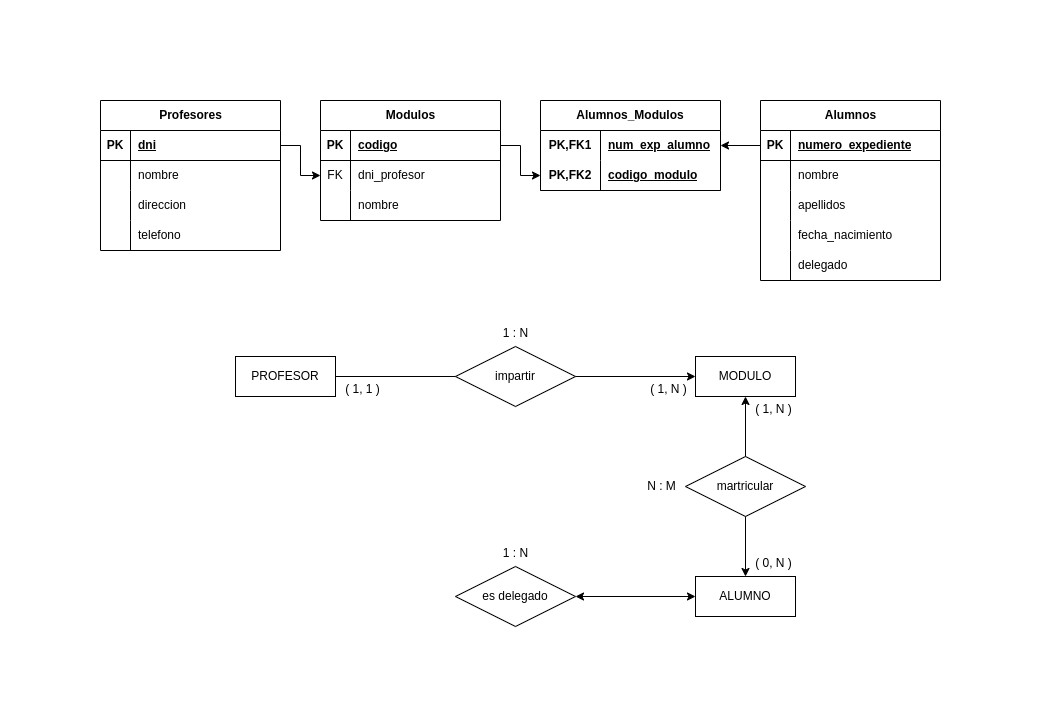
FJrodafo/University keeps this draw.io diagram as CFGS/DAW/BAE/T3_Instituto/Diagrama.png. Above is the earlier version. Source tidied: cells renumbered, new cells last; positions are measured from the earlier drawing's top-left corner, leaving out a move shared by most shapes.
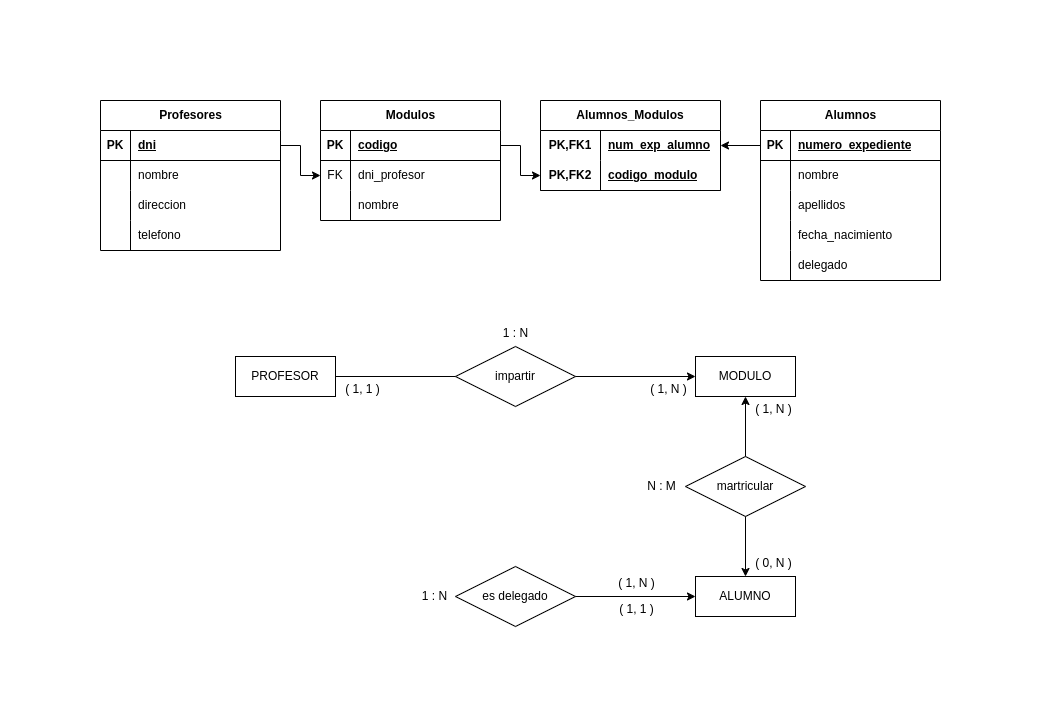
After the change.

The edit, as a diff of the source:
```diff
@@ -104,9 +104,6 @@
     <mxCell id="35" value="es delegado" style="shape=rhombus;perimeter=rhombusPerimeter;whiteSpace=wrap;html=1;align=center;" parent="1" vertex="1">
       <mxGeometry x="355" y="466" width="120" height="60" as="geometry" />
     </mxCell>
-    <mxCell id="36" style="endArrow=classic;startArrow=classic;html=1;rounded=0;exitX=1;exitY=0.5;exitDx=0;exitDy=0;entryX=0;entryY=0.5;entryDx=0;entryDy=0;" parent="1" edge="1" source="35" target="29">
-      <mxGeometry relative="1" as="geometry" />
-    </mxCell>
     <mxCell id="37" style="endArrow=classic;html=1;rounded=0;exitX=0.5;exitY=0;exitDx=0;exitDy=0;entryX=0.5;entryY=1;entryDx=0;entryDy=0;" parent="1" edge="1" source="28" target="26">
       <mxGeometry relative="1" as="geometry" />
     </mxCell>
@@ -189,7 +186,7 @@
       <mxGeometry x="60" width="120" height="30" as="geometry" />
     </mxCell>
     <mxCell id="64" value="1 : N" style="text;html=1;align=center;verticalAlign=middle;strokeColor=none;fillColor=none;" parent="1" vertex="1">
-      <mxGeometry x="393" y="440" width="43" height="26" as="geometry" />
+      <mxGeometry x="312" y="483" width="43" height="26" as="geometry" />
     </mxCell>
     <mxCell id="65" style="endArrow=classic;html=1;rounded=0;exitX=0;exitY=0.5;exitDx=0;exitDy=0;entryX=1;entryY=0.5;entryDx=0;entryDy=0;" parent="1" edge="1" source="42" target="58">
       <mxGeometry relative="1" as="geometry" />
@@ -213,5 +210,14 @@
     <mxCell id="68" style="endArrow=classic;html=1;rounded=0;entryX=0.5;entryY=0;entryDx=0;entryDy=0;exitX=0.5;exitY=1;exitDx=0;exitDy=0;" parent="1" edge="1" source="28" target="29">
       <mxGeometry relative="1" as="geometry" />
     </mxCell>
+    <mxCell id="69" value="( 1, 1 )" style="text;html=1;align=center;verticalAlign=middle;strokeColor=none;fillColor=none;" parent="1" vertex="1">
+      <mxGeometry x="509" y="496" width="53" height="26" as="geometry" />
+    </mxCell>
+    <mxCell id="70" value="( 1, N )" style="text;html=1;align=center;verticalAlign=middle;strokeColor=none;fillColor=none;" parent="1" vertex="1">
+      <mxGeometry x="508" y="470" width="55" height="26" as="geometry" />
+    </mxCell>
+    <mxCell id="36" style="endArrow=classic;html=1;rounded=0;exitX=1;exitY=0.5;exitDx=0;exitDy=0;entryX=0;entryY=0.5;entryDx=0;entryDy=0;" parent="1" edge="1" source="35" target="29">
+      <mxGeometry relative="1" as="geometry" />
+    </mxCell>
   </root>
 </mxGraphModel>
```
